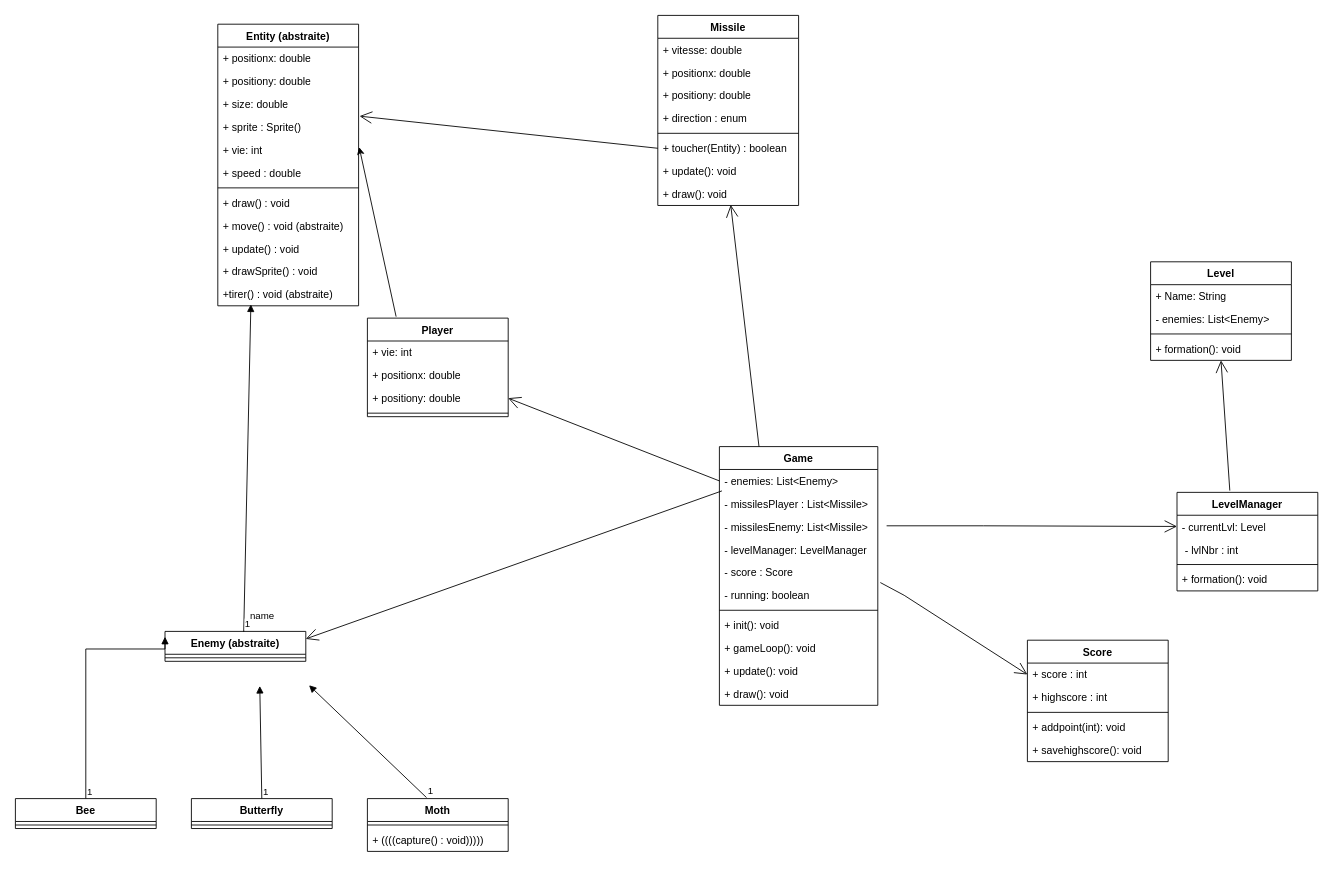
Before: umlProjetFinal.drawio in Marsu2/Galaga, a draw.io diagram. Source tidied: cells renumbered, new cells numbered last; positions are measured from the earlier drawing's top-left corner, leaving out a move shared by most shapes. Both pictures are drawn from the tidied source at 88%, with x=0, y=0 at pixel (15, 15).
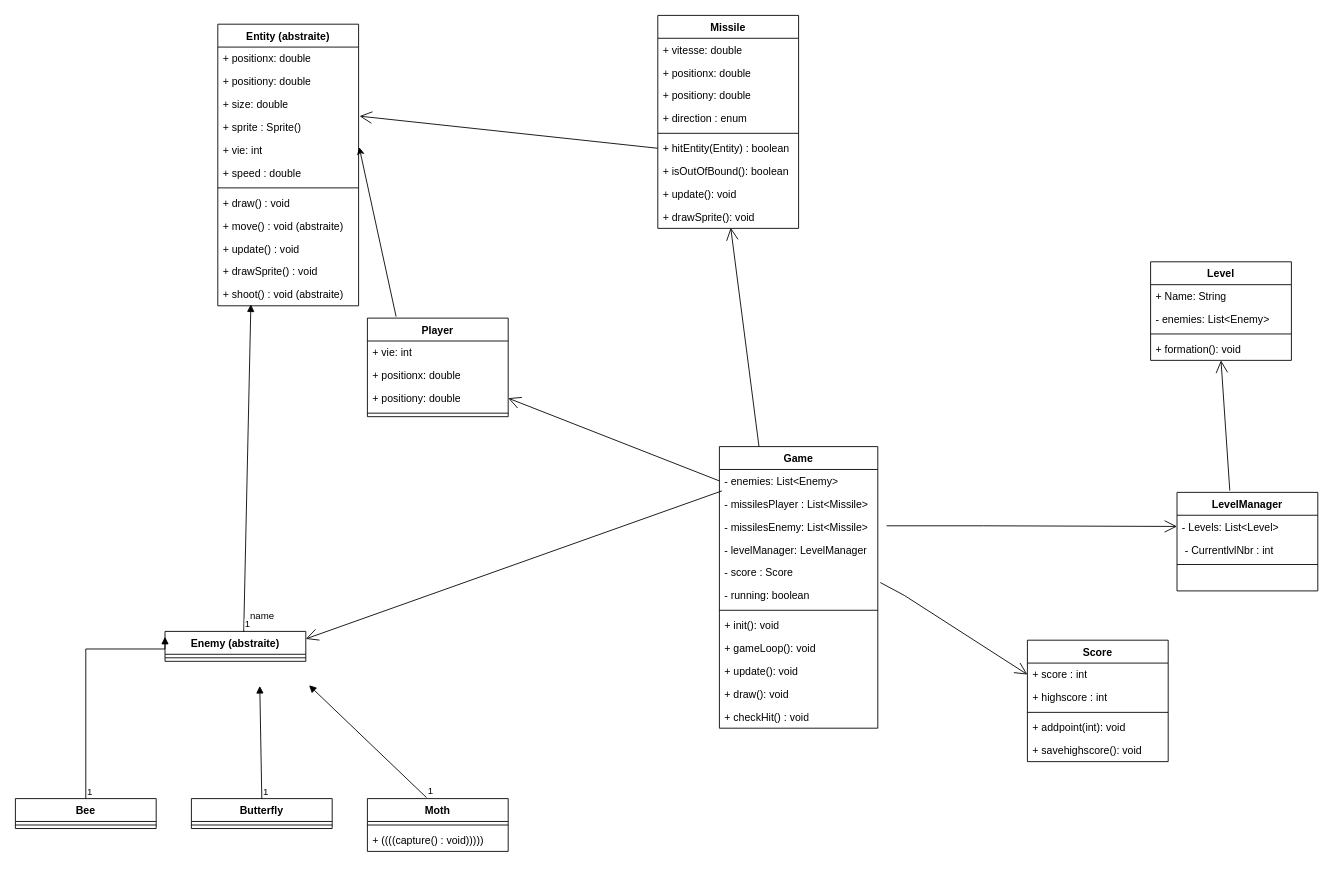
The same page after the edit.

Unchanged cells that the change refers to:
```xml
<mxCell id="31" value="Entity (abstraite)" style="swimlane;fontStyle=1;align=center;verticalAlign=top;horizontal=1;startSize=26;whiteSpace=wrap;html=1;" parent="1" vertex="1">
  <mxGeometry x="230" y="10" width="160" height="320" as="geometry" />
</mxCell>
<mxCell id="58" value="LevelManager" style="swimlane;fontStyle=1;align=center;verticalAlign=top;horizontal=1;startSize=26;whiteSpace=wrap;html=1;" parent="1" vertex="1">
  <mxGeometry x="1320" y="542" width="160" height="112" as="geometry" />
</mxCell>
```

Diff of the diagram source:
```diff
@@
     <mxCell id="22" value="Missile" style="swimlane;fontStyle=1;align=center;verticalAlign=top;horizontal=1;startSize=26;whiteSpace=wrap;html=1;" parent="1" vertex="1">
-      <mxGeometry x="730" width="160" height="216" as="geometry" />
+      <mxGeometry x="730" width="160" height="242" as="geometry" />
     </mxCell>
@@
-    <mxCell id="28" value="+ toucher(Entity) : boolean" style="text;strokeColor=none;fillColor=none;align=left;verticalAlign=top;spacingLeft=4;spacingRight=4;overflow=hidden;points=[[0,0.5],[1,0.5]];portConstraint=eastwest;whiteSpace=wrap;html=1;" parent="22" vertex="1">
+    <mxCell id="28" value="+ hitEntity(Entity) : boolean" style="text;strokeColor=none;fillColor=none;align=left;verticalAlign=top;spacingLeft=4;spacingRight=4;overflow=hidden;points=[[0,0.5],[1,0.5]];portConstraint=eastwest;whiteSpace=wrap;html=1;" parent="22" vertex="1">
       <mxGeometry y="138" width="160" height="26" as="geometry" />
     </mxCell>
+    <mxCell id="82" value="+ isOutOfBound(): boolean" style="text;strokeColor=none;fillColor=none;align=left;verticalAlign=top;spacingLeft=4;spacingRight=4;overflow=hidden;whiteSpace=wrap;html=1;" parent="22" vertex="1">
+      <mxGeometry y="164" width="160" height="26" as="geometry" />
+    </mxCell>
     <mxCell id="29" value="+ update(): void" style="text;strokeColor=none;fillColor=none;align=left;verticalAlign=top;spacingLeft=4;spacingRight=4;overflow=hidden;whiteSpace=wrap;html=1;" parent="22" vertex="1">
-      <mxGeometry y="164" width="160" height="26" as="geometry" />
+      <mxGeometry y="190" width="160" height="26" as="geometry" />
     </mxCell>
-    <mxCell id="30" value="&lt;div&gt;+ draw(): void&lt;/div&gt;&lt;div&gt;&lt;br&gt;&lt;/div&gt;" style="text;strokeColor=none;fillColor=none;align=left;verticalAlign=top;spacingLeft=4;spacingRight=4;overflow=hidden;points=[[0,0.5],[1,0.5]];portConstraint=eastwest;whiteSpace=wrap;html=1;" parent="22" vertex="1">
-      <mxGeometry y="190" width="160" height="26" as="geometry" />
+    <mxCell id="30" value="&lt;div&gt;+ drawSprite(): void&lt;/div&gt;&lt;div&gt;&lt;br&gt;&lt;/div&gt;" style="text;strokeColor=none;fillColor=none;align=left;verticalAlign=top;spacingLeft=4;spacingRight=4;overflow=hidden;points=[[0,0.5],[1,0.5]];portConstraint=eastwest;whiteSpace=wrap;html=1;" parent="22" vertex="1">
+      <mxGeometry y="216" width="160" height="26" as="geometry" />
     </mxCell>
@@
-    <mxCell id="43" value="+tirer() : void (abstraite)" style="text;strokeColor=none;fillColor=none;align=left;verticalAlign=top;spacingLeft=4;spacingRight=4;overflow=hidden;points=[[0,0.5],[1,0.5]];portConstraint=eastwest;whiteSpace=wrap;html=1;" parent="31" vertex="1">
+    <mxCell id="43" value="+ shoot() : void (abstraite)" style="text;strokeColor=none;fillColor=none;align=left;verticalAlign=top;spacingLeft=4;spacingRight=4;overflow=hidden;points=[[0,0.5],[1,0.5]];portConstraint=eastwest;whiteSpace=wrap;html=1;" parent="31" vertex="1">
       <mxGeometry y="294" width="160" height="26" as="geometry" />
     </mxCell>
@@
-    <mxCell id="59" value="- currentLvl: Level" style="text;strokeColor=none;fillColor=none;align=left;verticalAlign=top;spacingLeft=4;spacingRight=4;overflow=hidden;points=[[0,0.5],[1,0.5]];portConstraint=eastwest;whiteSpace=wrap;html=1;" parent="58" vertex="1">
+    <mxCell id="59" value="- Levels: List&amp;lt;Level&amp;gt;" style="text;strokeColor=none;fillColor=none;align=left;verticalAlign=top;spacingLeft=4;spacingRight=4;overflow=hidden;points=[[0,0.5],[1,0.5]];portConstraint=eastwest;whiteSpace=wrap;html=1;" parent="58" vertex="1">
       <mxGeometry y="26" width="160" height="26" as="geometry" />
     </mxCell>
-    <mxCell id="60" value="&amp;nbsp;- lvlNbr : int" style="text;strokeColor=none;fillColor=none;align=left;verticalAlign=top;spacingLeft=4;spacingRight=4;overflow=hidden;whiteSpace=wrap;html=1;" parent="58" vertex="1">
+    <mxCell id="60" value="&amp;nbsp;- CurrentlvlNbr : int" style="text;strokeColor=none;fillColor=none;align=left;verticalAlign=top;spacingLeft=4;spacingRight=4;overflow=hidden;whiteSpace=wrap;html=1;" parent="58" vertex="1">
       <mxGeometry y="52" width="160" height="26" as="geometry" />
     </mxCell>
@@
-    <mxCell id="62" value="+ formation(): void&amp;nbsp; " style="text;strokeColor=none;fillColor=none;align=left;verticalAlign=top;spacingLeft=4;spacingRight=4;overflow=hidden;whiteSpace=wrap;html=1;" parent="58" vertex="1">
+    <mxCell id="62" value="&lt;br&gt;&lt;div&gt;&lt;br&gt;&lt;/div&gt;" style="text;strokeColor=none;fillColor=none;align=left;verticalAlign=top;spacingLeft=4;spacingRight=4;overflow=hidden;whiteSpace=wrap;html=1;" parent="58" vertex="1">
       <mxGeometry y="86" width="160" height="26" as="geometry" />
     </mxCell>
@@
     <mxCell id="64" value="Game" style="swimlane;fontStyle=1;align=center;verticalAlign=top;horizontal=1;startSize=26;whiteSpace=wrap;html=1;" parent="1" vertex="1">
-      <mxGeometry x="800" y="490" width="180" height="294" as="geometry" />
+      <mxGeometry x="800" y="490" width="180" height="320" as="geometry" />
     </mxCell>
@@
+    <mxCell id="83" value="+ draw(): void" style="text;strokeColor=none;fillColor=none;align=left;verticalAlign=top;spacingLeft=4;spacingRight=4;overflow=hidden;whiteSpace=wrap;html=1;" parent="64" vertex="1">
+      <mxGeometry y="268" width="180" height="26" as="geometry" />
+    </mxCell>
-    <mxCell id="75" value="+ draw(): void " style="text;strokeColor=none;fillColor=none;align=left;verticalAlign=top;spacingLeft=4;spacingRight=4;overflow=hidden;whiteSpace=wrap;html=1;" parent="64" vertex="1">
-      <mxGeometry y="268" width="180" height="26" as="geometry" />
+    <mxCell id="75" value="+ checkHit() : void" style="text;strokeColor=none;fillColor=none;align=left;verticalAlign=top;spacingLeft=4;spacingRight=4;overflow=hidden;whiteSpace=wrap;html=1;" parent="64" vertex="1">
+      <mxGeometry y="294" width="180" height="26" as="geometry" />
     </mxCell>
```
